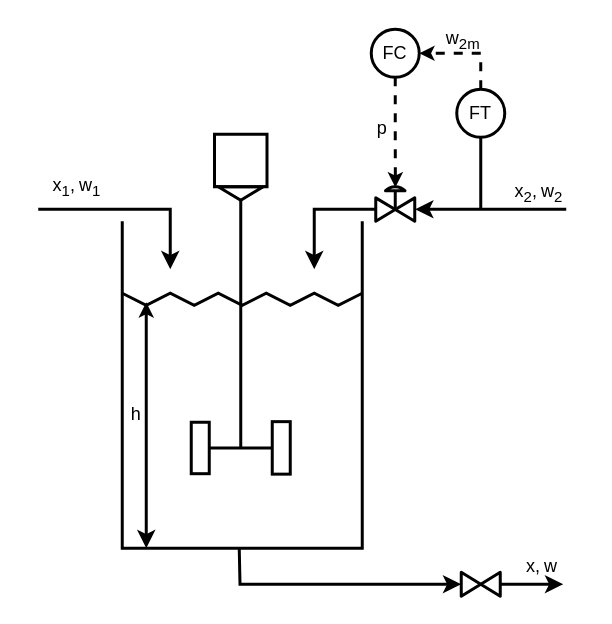
rputikar/advanced-modeling-and-control keeps this draw.io diagram as page "feedback-blending" (11 of 25) of assets/images/02-ratio-and-feedforward-control.drawio. Above is the earlier version. Source tidied: cells renumbered, new cells numbered last; positions are measured from the earlier drawing's top-left corner, leaving out a move shared by most shapes. Both pictures are drawn from the tidied source at 150%, with x=0, y=0 at pixel (32, 28).
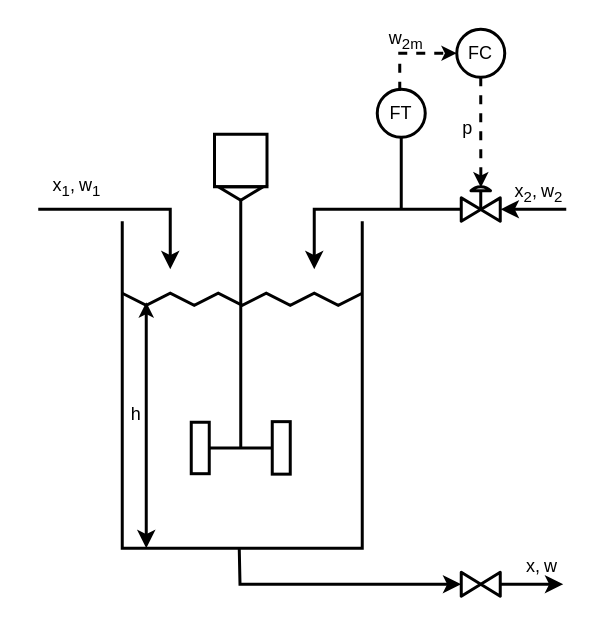
Above is the later version.

Change to the diagram source:
```diff
@@
     <mxCell id="13" style="verticalLabelPosition=bottom;align=center;html=1;verticalAlign=top;dashed=0;shape=mxgraph.pid2valves.valve;valveType=gate;actuator=diaph;rounded=0;labelBackgroundColor=none;fontFamily=IBM Plex sans;fontSize=12;fontColor=default;fillColor=none;gradientColor=none;points=[];strokeWidth=2;" parent="1" vertex="1">
-      <mxGeometry x="229" y="102" width="26" height="26" as="geometry" />
+      <mxGeometry x="286" y="102" width="26" height="26" as="geometry" />
     </mxCell>
@@
     <mxCell id="22" style="edgeStyle=orthogonalEdgeStyle;shape=connector;rounded=0;jettySize=auto;html=1;labelBackgroundColor=none;strokeColor=default;fontFamily=IBM Plex sans;fontSize=12;fontColor=default;endArrow=none;endSize=4;endFill=0;strokeWidth=2;" parent="1" edge="1" source="25">
       <mxGeometry relative="1" as="geometry">
-        <mxPoint x="299" y="120" as="targetPoint" />
+        <mxPoint x="246" y="120" as="targetPoint" />
+        <Array as="points">
+          <mxPoint x="246" y="120" />
+        </Array>
       </mxGeometry>
     </mxCell>
-    <mxCell id="23" style="edgeStyle=orthogonalEdgeStyle;shape=connector;rounded=0;jettySize=auto;html=1;exitX=0.5;exitY=0;exitDx=0;exitDy=0;entryX=1;entryY=0.5;entryDx=0;entryDy=0;dashed=1;labelBackgroundColor=none;strokeColor=default;fontFamily=IBM Plex sans;fontSize=12;fontColor=default;endArrow=classic;endSize=4;strokeWidth=2;" parent="1" edge="1" source="25" target="28">
-      <mxGeometry relative="1" as="geometry" />
+    <mxCell id="23" style="edgeStyle=orthogonalEdgeStyle;shape=connector;rounded=0;jettySize=auto;html=1;exitX=0.5;exitY=0;exitDx=0;exitDy=0;entryX=0;entryY=0.5;entryDx=0;entryDy=0;dashed=1;labelBackgroundColor=none;strokeColor=default;fontFamily=IBM Plex sans;fontSize=12;fontColor=default;endArrow=classic;endSize=4;strokeWidth=2;" parent="1" edge="1" source="25" target="28">
+      <mxGeometry relative="1" as="geometry">
+        <Array as="points">
+          <mxPoint x="245" y="16" />
+        </Array>
+      </mxGeometry>
     </mxCell>
     <mxCell id="24" value="w&lt;sub&gt;2m&lt;/sub&gt;" style="edgeLabel;html=1;align=center;verticalAlign=middle;fontSize=12;fontFamily=IBM Plex sans;fontColor=default;labelBackgroundColor=none;" parent="23" vertex="1">
       <mxGeometry x="-0.49" relative="1" as="geometry">
-        <mxPoint x="-13" y="-17" as="offset" />
+        <mxPoint x="3" y="-19" as="offset" />
       </mxGeometry>
     </mxCell>
     <mxCell id="25" value="FT" style="ellipse;whiteSpace=wrap;html=1;rounded=0;labelBackgroundColor=none;fontFamily=IBM Plex sans;fontSize=12;fontColor=default;fillColor=none;gradientColor=none;fontFamily=IBM Plex sans;strokeWidth=2;" parent="1" vertex="1">
-      <mxGeometry x="283" y="40" width="32" height="32" as="geometry" />
+      <mxGeometry x="230" y="40" width="32" height="32" as="geometry" />
     </mxCell>
@@
     <mxCell id="28" value="FC" style="ellipse;whiteSpace=wrap;html=1;rounded=0;labelBackgroundColor=none;fontFamily=IBM Plex sans;fontSize=12;fontColor=default;fillColor=none;gradientColor=none;fontFamily=IBM Plex sans;strokeWidth=2;" parent="1" vertex="1">
-      <mxGeometry x="226" width="32" height="32" as="geometry" />
+      <mxGeometry x="283" width="32" height="32" as="geometry" />
     </mxCell>
```
